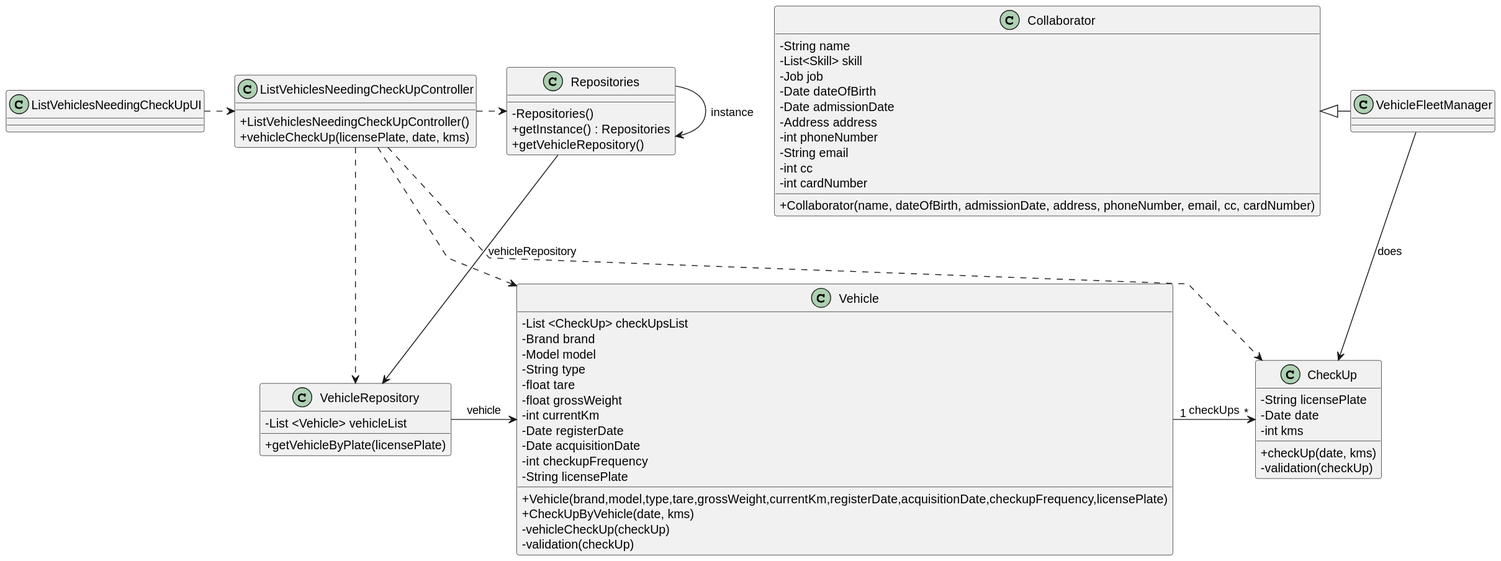
This is docs/sprint2/us08/03.design/svg/us08-class-diagram.svg from Departamento-de-Engenharia-Informatica/lei-24-s2-1db-g022, a PlantUML export, as it was before one commit. The source it was exported from:
```plantuml
@startuml
skinparam packageStyle rectangle
skinparam shadowing false
skinparam linetype polyline

skinparam classAttributeIconSize 0



class Collaborator {
    -String name
    -List<Skill> skill
    -Job job
    -Date dateOfBirth
    -Date admissionDate
    -Address address
    -int phoneNumber
    -String email
    -int cc
    -int cardNumber

    + Collaborator(name, dateOfBirth, admissionDate, address, phoneNumber, email, cc, cardNumber)
}

class VehicleFleetManager {
}

class Vehicle {
    -List <CheckUp> checkUpsList
    -Brand brand
    -Model model
    -String type
    -float tare
    -float grossWeight
    -int currentKm
    -Date registerDate
    -Date acquisitionDate
    -int checkupFrequency
    -String licensePlate

    + Vehicle(brand,model,type,tare,grossWeight,currentKm,registerDate,acquisitionDate,checkupFrequency,licensePlate)
    + CheckUpByVehicle(date, kms)
    - vehicleCheckUp(checkUp)
    - validation(checkUp)
}

class CheckUp {
    -String licensePlate
    -Date date
    -int kms

    + checkUp(date, kms)
    - validation(checkUp)
}

class VehicleRepository {
    - List <Vehicle> vehicleList
    + getVehicleByPlate(licensePlate)
}

class Repositories {
    - Repositories()
    + getInstance() : Repositories
    + getVehicleRepository()
}

class ListVehiclesNeedingCheckUpController {
    + ListVehiclesNeedingCheckUpController()
    + vehicleCheckUp(licensePlate, date, kms)
}

class ListVehiclesNeedingCheckUpUI {
}

Collaborator <|- VehicleFleetManager

ListVehiclesNeedingCheckUpUI .> ListVehiclesNeedingCheckUpController

ListVehiclesNeedingCheckUpController .> Repositories
ListVehiclesNeedingCheckUpController ..> VehicleRepository
ListVehiclesNeedingCheckUpController ..> Vehicle
ListVehiclesNeedingCheckUpController ..> CheckUp


Repositories -> Repositories : instance
Repositories --> VehicleRepository : vehicleRepository

VehicleRepository -> Vehicle : vehicle

Vehicle "1" -> "*" CheckUp : checkUps

VehicleFleetManager --> CheckUp : does

@enduml
```
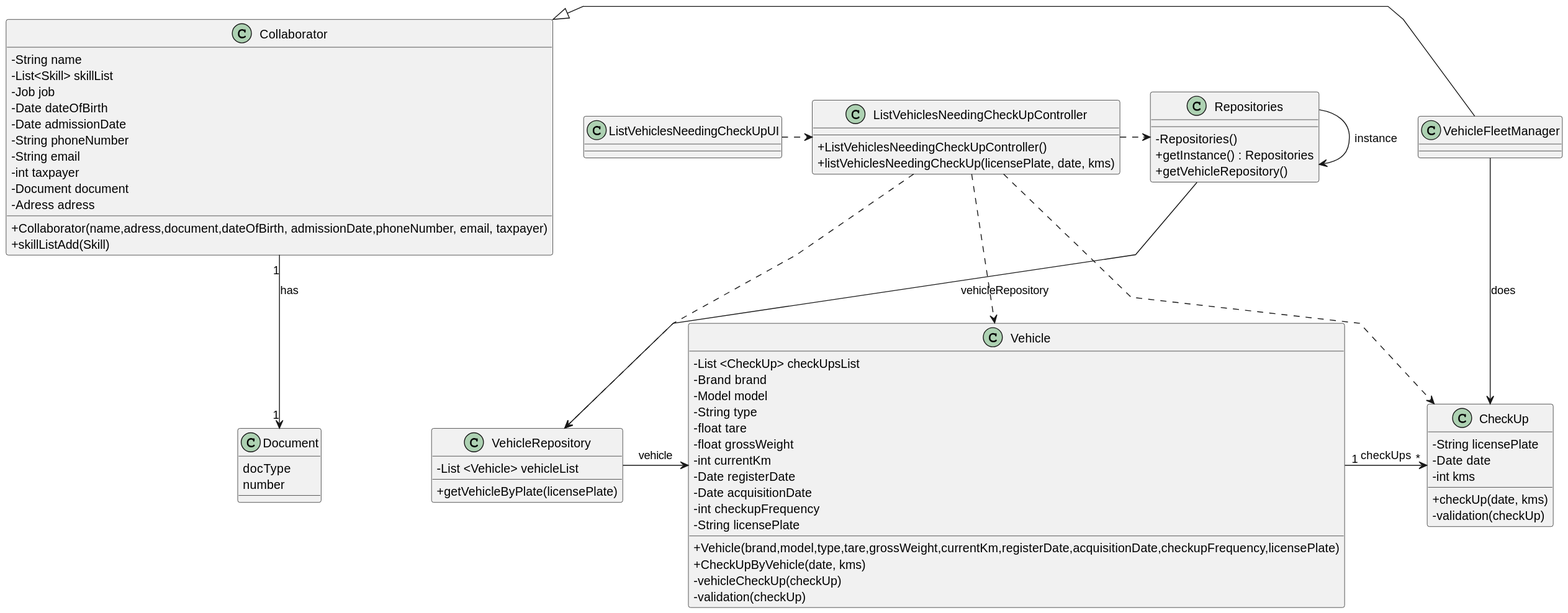
After the commit.

Commit message:
Corretion in US04 and US08 domain model and Class diagram

What changed in the source:
```diff
@@ -6,21 +6,25 @@
 skinparam classAttributeIconSize 0
 
 
-
+class Document{
+    docType
+    number
+}
 class Collaborator {
     -String name
-    -List<Skill> skill
+    -List<Skill> skillList
     -Job job
     -Date dateOfBirth
     -Date admissionDate
-    -Address address
-    -int phoneNumber
+    -String phoneNumber
     -String email
-    -int cc
-    -int cardNumber
+    -int taxpayer
+    -Document document
+    -Adress adress
+    + Collaborator(name,adress,document,dateOfBirth, admissionDate,phoneNumber, email, taxpayer)
+    +skillListAdd(Skill)
+}
 
-    + Collaborator(name, dateOfBirth, admissionDate, address, phoneNumber, email, cc, cardNumber)
-}
 
 class VehicleFleetManager {
 }
@@ -66,13 +70,14 @@
 
 class ListVehiclesNeedingCheckUpController {
     + ListVehiclesNeedingCheckUpController()
-    + vehicleCheckUp(licensePlate, date, kms)
+    + listVehiclesNeedingCheckUp(licensePlate, date, kms)
 }
 
 class ListVehiclesNeedingCheckUpUI {
 }
 
 Collaborator <|- VehicleFleetManager
+Collaborator "1" --> "1" Document : has
 
 ListVehiclesNeedingCheckUpUI .> ListVehiclesNeedingCheckUpController
 
@@ -90,5 +95,4 @@
 Vehicle "1" -> "*" CheckUp : checkUps
 
 VehicleFleetManager --> CheckUp : does
-
 @enduml
```
